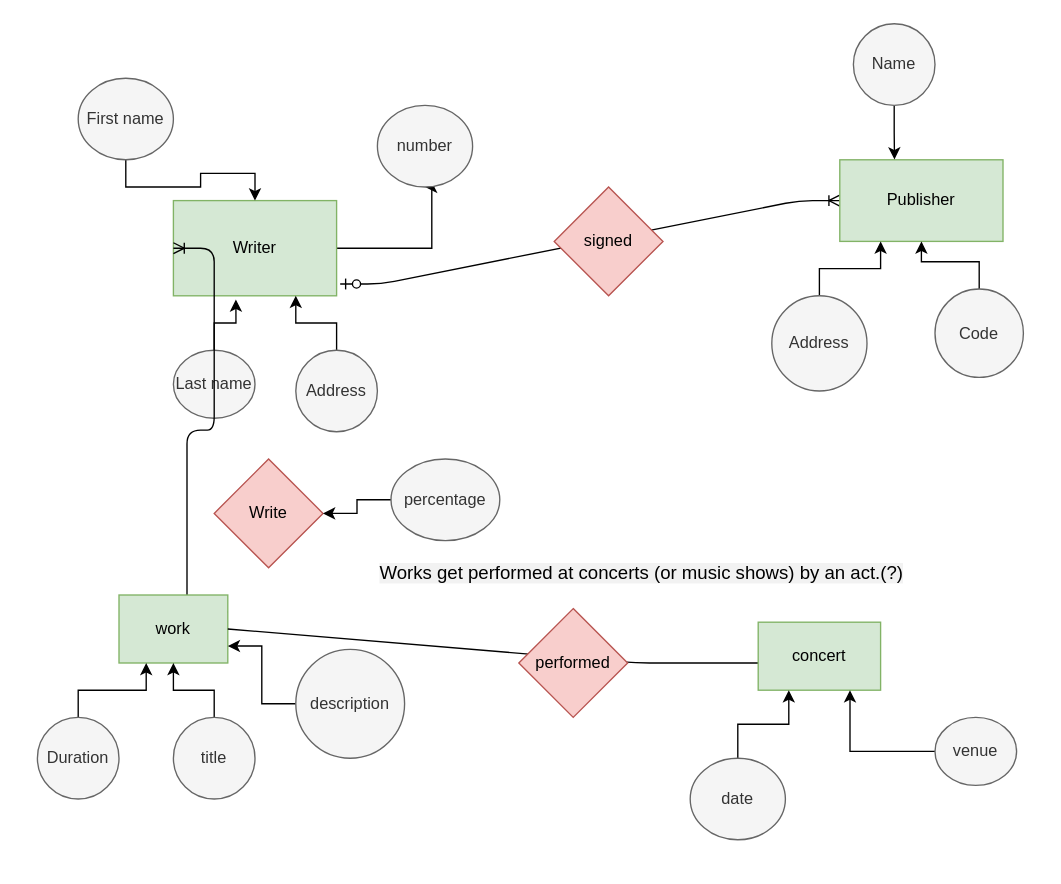
Earlier version of the draw.io diagram Untitled Diagram.drawio (hansangyeob/DB-mysql-). Source tidied: cells renumbered, new cells numbered last; positions are measured from the earlier drawing's top-left corner, leaving out a move shared by most shapes. Both pictures are drawn from the tidied source at 136%, with x=0, y=0 at pixel (37, 23).
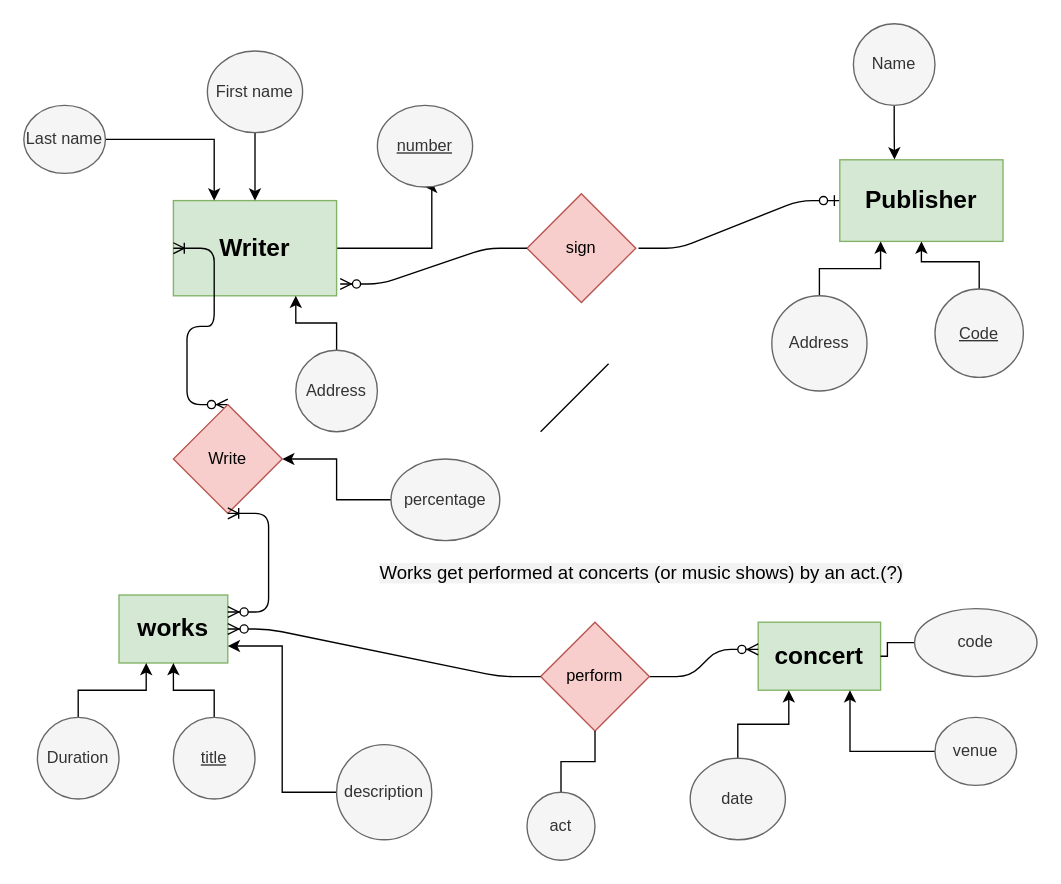
The same diagram, later.

What changed in the source:
```diff
@@
-    <mxCell id="3" value="Writer" style="rounded=0;whiteSpace=wrap;html=1;fillColor=#d5e8d4;strokeColor=#82b366;" parent="1" vertex="1">
+    <mxCell id="3" value="Writer" style="rounded=0;whiteSpace=wrap;html=1;fillColor=#d5e8d4;strokeColor=#82b366;fontStyle=1;fontSize=18;" parent="1" vertex="1">
       <mxGeometry x="100" y="130" width="120" height="70" as="geometry" />
     </mxCell>
-    <mxCell id="4" value="number" style="ellipse;whiteSpace=wrap;html=1;fillColor=#f5f5f5;strokeColor=#666666;fontColor=#333333;" parent="1" vertex="1">
+    <mxCell id="4" value="number" style="ellipse;whiteSpace=wrap;html=1;fillColor=#f5f5f5;strokeColor=#666666;fontColor=#333333;fontStyle=4;" parent="1" vertex="1">
       <mxGeometry x="250" y="60" width="70" height="60" as="geometry" />
     </mxCell>
@@
     <mxCell id="6" value="First name" style="ellipse;whiteSpace=wrap;html=1;fillColor=#f5f5f5;strokeColor=#666666;fontColor=#333333;" parent="1" vertex="1">
-      <mxGeometry x="30" y="40" width="70" height="60" as="geometry" />
+      <mxGeometry x="125" y="20" width="70" height="60" as="geometry" />
     </mxCell>
-    <mxCell id="7" style="edgeStyle=orthogonalEdgeStyle;rounded=0;jettySize=auto;html=1;entryX=0.383;entryY=1.038;entryDx=0;entryDy=0;entryPerimeter=0;" parent="1" edge="1" source="8" target="3">
+    <mxCell id="7" style="edgeStyle=orthogonalEdgeStyle;rounded=0;jettySize=auto;html=1;entryX=0.25;entryY=0;entryDx=0;entryDy=0;" parent="1" edge="1" source="8" target="3">
       <mxGeometry relative="1" as="geometry" />
     </mxCell>
     <mxCell id="8" value="Last name&lt;br&gt;" style="ellipse;whiteSpace=wrap;html=1;fillColor=#f5f5f5;strokeColor=#666666;fontColor=#333333;" parent="1" vertex="1">
-      <mxGeometry x="100" y="240" width="60" height="50" as="geometry" />
+      <mxGeometry x="-10" y="60" width="60" height="50" as="geometry" />
     </mxCell>
@@
-    <mxCell id="11" style="edgeStyle=entityRelationEdgeStyle;fontSize=12;html=1;endArrow=ERoneToMany;startArrow=ERzeroToOne;exitX=1.022;exitY=0.876;exitDx=0;exitDy=0;exitPerimeter=0;" parent="1" edge="1" source="3">
+    <mxCell id="11" style="edgeStyle=entityRelationEdgeStyle;fontSize=12;html=1;endArrow=ERzeroToOne;startArrow=none;endFill=1;startFill=0;" parent="1" edge="1">
       <mxGeometry relative="1" as="geometry">
+        <mxPoint x="442" y="165" as="sourcePoint" />
         <mxPoint x="590" y="130" as="targetPoint" />
       </mxGeometry>
     </mxCell>
-    <mxCell id="12" value="signed" style="rhombus;whiteSpace=wrap;html=1;fillColor=#f8cecc;strokeColor=#b85450;" parent="1" vertex="1">
-      <mxGeometry x="380" y="120" width="80" height="80" as="geometry" />
-    </mxCell>
-    <mxCell id="13" value="Publisher" style="rounded=0;whiteSpace=wrap;html=1;fillColor=#d5e8d4;strokeColor=#82b366;" parent="1" vertex="1">
+    <mxCell id="13" value="Publisher" style="rounded=0;whiteSpace=wrap;html=1;fillColor=#d5e8d4;strokeColor=#82b366;fontStyle=1;fontSize=18;" parent="1" vertex="1">
       <mxGeometry x="590" y="100" width="120" height="60" as="geometry" />
     </mxCell>
@@
-    <mxCell id="19" value="Code" style="ellipse;whiteSpace=wrap;html=1;fillColor=#f5f5f5;strokeColor=#666666;fontColor=#333333;" parent="1" vertex="1">
+    <mxCell id="19" value="Code" style="ellipse;whiteSpace=wrap;html=1;fillColor=#f5f5f5;strokeColor=#666666;fontColor=#333333;fontStyle=4;" parent="1" vertex="1">
       <mxGeometry x="660" y="195" width="65" height="65" as="geometry" />
     </mxCell>
-    <mxCell id="20" style="edgeStyle=entityRelationEdgeStyle;fontSize=12;html=1;endArrow=ERoneToMany;entryX=0;entryY=0.5;entryDx=0;entryDy=0;exitX=1;exitY=0.25;exitDx=0;exitDy=0;" parent="1" edge="1" source="21" target="3">
+    <mxCell id="20" style="edgeStyle=entityRelationEdgeStyle;fontSize=12;html=1;endArrow=ERoneToMany;entryX=0;entryY=0.5;entryDx=0;entryDy=0;exitX=0.5;exitY=0;exitDx=0;exitDy=0;startArrow=ERzeroToMany;startFill=1;" parent="1" edge="1" source="28" target="3">
       <mxGeometry relative="1" as="geometry" />
     </mxCell>
-    <mxCell id="21" value="work" style="rounded=0;whiteSpace=wrap;html=1;fillColor=#d5e8d4;strokeColor=#82b366;" parent="1" vertex="1">
+    <mxCell id="21" value="works" style="rounded=0;whiteSpace=wrap;html=1;fillColor=#d5e8d4;strokeColor=#82b366;fontStyle=1;fontSize=18;" parent="1" vertex="1">
       <mxGeometry x="60" y="420" width="80" height="50" as="geometry" />
     </mxCell>
@@
-    <mxCell id="25" value="title" style="ellipse;whiteSpace=wrap;html=1;fillColor=#f5f5f5;strokeColor=#666666;fontColor=#333333;" parent="1" vertex="1">
+    <mxCell id="25" value="title" style="ellipse;whiteSpace=wrap;html=1;fillColor=#f5f5f5;strokeColor=#666666;fontColor=#333333;fontStyle=4;" parent="1" vertex="1">
       <mxGeometry x="100" y="510" width="60" height="60" as="geometry" />
     </mxCell>
@@
     <mxCell id="27" value="description&lt;br&gt;" style="ellipse;whiteSpace=wrap;html=1;fillColor=#f5f5f5;strokeColor=#666666;fontColor=#333333;" parent="1" vertex="1">
-      <mxGeometry x="190" y="460" width="80" height="80" as="geometry" />
+      <mxGeometry x="220" y="530" width="70" height="70" as="geometry" />
     </mxCell>
-    <mxCell id="28" value="Write&lt;br&gt;" style="rhombus;whiteSpace=wrap;html=1;fillColor=#f8cecc;strokeColor=#b85450;" parent="1" vertex="1">
-      <mxGeometry x="130" y="320" width="80" height="80" as="geometry" />
-    </mxCell>
-    <mxCell id="29" style="endArrow=none;html=1;exitX=1;exitY=0.5;exitDx=0;exitDy=0;" parent="1" edge="1" source="21">
-      <mxGeometry relative="1" as="geometry">
-        <mxPoint x="530" y="470" as="targetPoint" />
-        <Array as="points">
-          <mxPoint x="440" y="470" />
-        </Array>
-      </mxGeometry>
-    </mxCell>
@@
-    <mxCell id="33" value="performed" style="rhombus;whiteSpace=wrap;html=1;fillColor=#f8cecc;strokeColor=#b85450;" parent="1" vertex="1">
-      <mxGeometry x="354" y="430" width="80" height="80" as="geometry" />
-    </mxCell>
-    <mxCell id="34" value="concert" style="rounded=0;whiteSpace=wrap;html=1;fillColor=#d5e8d4;strokeColor=#82b366;" parent="1" vertex="1">
+    <mxCell id="34" value="concert" style="rounded=0;whiteSpace=wrap;html=1;fillColor=#d5e8d4;strokeColor=#82b366;fontStyle=1;fontSize=18;" parent="1" vertex="1">
       <mxGeometry x="530" y="440" width="90" height="50" as="geometry" />
     </mxCell>
@@
-    <mxCell id="36" value="venue" style="ellipse;whiteSpace=wrap;html=1;fillColor=#f5f5f5;strokeColor=#666666;fontColor=#333333;" parent="1" vertex="1">
+    <mxCell id="36" value="venue" style="ellipse;whiteSpace=wrap;html=1;fillColor=#f5f5f5;strokeColor=#666666;fontColor=#333333;fontStyle=0;" parent="1" vertex="1">
       <mxGeometry x="660" y="510" width="60" height="50" as="geometry" />
     </mxCell>
@@
+    <mxCell id="39" style="edgeStyle=entityRelationEdgeStyle;fontSize=12;html=1;endArrow=ERzeroToMany;endFill=1;startArrow=none;exitX=1;exitY=0.5;exitDx=0;exitDy=0;startFill=0;" parent="1" edge="1" source="40">
+      <mxGeometry relative="1" as="geometry">
+        <mxPoint x="530" y="460" as="targetPoint" />
+      </mxGeometry>
+    </mxCell>
+    <mxCell id="40" value="perform" style="rhombus;whiteSpace=wrap;html=1;fillColor=#f8cecc;strokeColor=#b85450;" parent="1" vertex="1">
+      <mxGeometry x="370" y="440" width="80" height="80" as="geometry" />
+    </mxCell>
+    <mxCell id="41" style="edgeStyle=entityRelationEdgeStyle;fontSize=12;html=1;endArrow=none;endFill=0;startArrow=ERzeroToMany;exitX=1;exitY=0.5;exitDx=0;exitDy=0;" parent="1" edge="1" source="21" target="40">
+      <mxGeometry relative="1" as="geometry" />
+    </mxCell>
+    <mxCell id="12" value="sign" style="rhombus;whiteSpace=wrap;html=1;fillColor=#f8cecc;strokeColor=#b85450;" parent="1" vertex="1">
+      <mxGeometry x="360" y="125" width="80" height="80" as="geometry" />
+    </mxCell>
+    <mxCell id="42" style="edgeStyle=entityRelationEdgeStyle;fontSize=12;html=1;endArrow=none;startArrow=ERzeroToMany;exitX=1.022;exitY=0.876;exitDx=0;exitDy=0;exitPerimeter=0;startFill=1;endFill=0;" parent="1" edge="1" source="3" target="12">
+      <mxGeometry relative="1" as="geometry" />
+    </mxCell>
+    <mxCell id="43" style="endArrow=none;html=1;" parent="1" edge="1">
+      <mxGeometry relative="1" as="geometry">
+        <mxPoint x="370" y="300" as="sourcePoint" />
+        <mxPoint x="420" y="250" as="targetPoint" />
+      </mxGeometry>
+    </mxCell>
+    <mxCell id="44" style="edgeStyle=orthogonalEdgeStyle;rounded=0;jettySize=auto;html=1;startArrow=none;startFill=0;endArrow=none;endFill=0;fontSize=12;" parent="1" edge="1" source="45" target="34">
+      <mxGeometry relative="1" as="geometry" />
+    </mxCell>
+    <mxCell id="45" value="code&lt;br style=&quot;font-size: 12px;&quot;&gt;" style="ellipse;whiteSpace=wrap;html=1;fontSize=12;fillColor=#f5f5f5;strokeColor=#666666;fontColor=#333333;" parent="1" vertex="1">
+      <mxGeometry x="645" y="430" width="90" height="50" as="geometry" />
+    </mxCell>
+    <mxCell id="46" style="edgeStyle=orthogonalEdgeStyle;rounded=0;jettySize=auto;html=1;startArrow=none;startFill=0;endArrow=none;endFill=0;fontSize=12;entryX=0.5;entryY=1;entryDx=0;entryDy=0;" parent="1" edge="1" source="47" target="40">
+      <mxGeometry relative="1" as="geometry" />
+    </mxCell>
+    <mxCell id="47" value="act" style="ellipse;whiteSpace=wrap;html=1;fontSize=12;fillColor=#f5f5f5;strokeColor=#666666;fontColor=#333333;" parent="1" vertex="1">
+      <mxGeometry x="360" y="565" width="50" height="50" as="geometry" />
+    </mxCell>
+    <mxCell id="28" value="Write&lt;br&gt;" style="rhombus;whiteSpace=wrap;html=1;fillColor=#f8cecc;strokeColor=#b85450;" parent="1" vertex="1">
+      <mxGeometry x="100" y="280" width="80" height="80" as="geometry" />
+    </mxCell>
+    <mxCell id="48" style="edgeStyle=entityRelationEdgeStyle;fontSize=12;html=1;endArrow=ERoneToMany;entryX=0.5;entryY=1;entryDx=0;entryDy=0;exitX=1;exitY=0.25;exitDx=0;exitDy=0;startArrow=ERzeroToMany;startFill=1;" parent="1" edge="1" source="21" target="28">
+      <mxGeometry relative="1" as="geometry" />
+    </mxCell>
```
